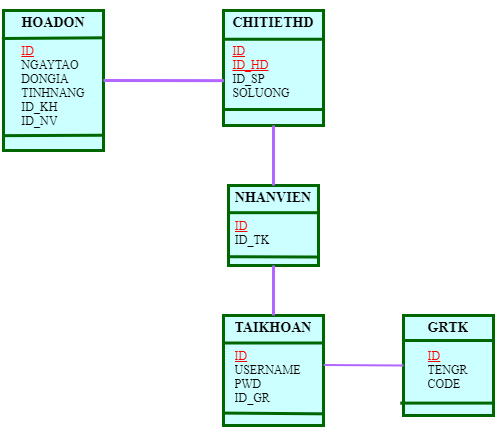
The draw.io diagram erd.drawio.png in sunny-THS/QlyBanDT, before a commit. Source tidied: cells renumbered, new cells last; positions are measured from the earlier drawing's top-left corner, leaving out a move shared by most shapes.
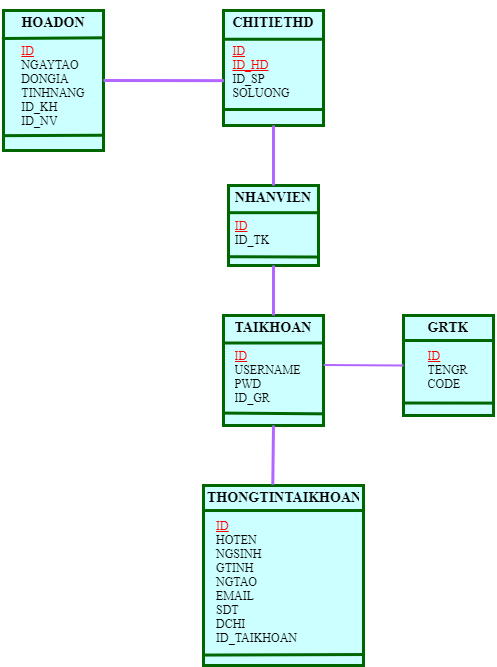
After the commit.

The edit, as a diff of the source:
```diff
@@ -8,7 +8,7 @@
     <mxCell id="3" style="endArrow=none;html=1;startSize=6;strokeWidth=3;exitX=0;exitY=0.25;exitDx=0;exitDy=0;entryX=1;entryY=0.25;entryDx=0;entryDy=0;strokeColor=#006600;" parent="1" edge="1" source="2" target="2">
       <mxGeometry relative="1" as="geometry" />
     </mxCell>
-    <mxCell id="4" style="endArrow=none;html=1;startSize=6;strokeWidth=3;exitX=-0.036;exitY=0.876;exitDx=0;exitDy=0;exitPerimeter=0;entryX=1.013;entryY=0.876;entryDx=0;entryDy=0;entryPerimeter=0;strokeColor=#006600;" parent="1" edge="1" source="2" target="2">
+    <mxCell id="4" style="endArrow=none;html=1;startSize=6;strokeWidth=3;entryX=1.013;entryY=0.876;entryDx=0;entryDy=0;entryPerimeter=0;strokeColor=#006600;exitX=-0.002;exitY=0.875;exitDx=0;exitDy=0;exitPerimeter=0;" parent="1" edge="1" source="2" target="2">
       <mxGeometry relative="1" as="geometry" />
     </mxCell>
     <mxCell id="5" value="&lt;h3&gt;&lt;font color=&quot;#000000&quot; face=&quot;Times New Roman&quot;&gt;TAIKHOAN&lt;br&gt;&lt;/font&gt;&lt;/h3&gt;&lt;div style=&quot;text-align: left&quot;&gt;&lt;u&gt;&lt;font color=&quot;#ff0000&quot; face=&quot;Times New Roman&quot;&gt;ID&lt;/font&gt;&lt;/u&gt;&lt;/div&gt;&lt;div style=&quot;text-align: left&quot;&gt;&lt;font color=&quot;#000000&quot; face=&quot;Times New Roman&quot;&gt;USERNAME&lt;/font&gt;&lt;/div&gt;&lt;div style=&quot;text-align: left&quot;&gt;&lt;font color=&quot;#000000&quot; face=&quot;Times New Roman&quot;&gt;PWD&lt;/font&gt;&lt;/div&gt;&lt;div style=&quot;text-align: left&quot;&gt;&lt;font color=&quot;#000000&quot; face=&quot;Times New Roman&quot;&gt;ID_GR&lt;/font&gt;&lt;/div&gt;" style="text;html=1;spacing=5;spacingTop=-20;whiteSpace=wrap;overflow=hidden;rounded=0;shadow=0;align=center;fillColor=#CCFFFF;strokeColor=#006600;strokeWidth=3;" parent="1" vertex="1">
@@ -59,5 +59,17 @@
     <mxCell id="20" style="endArrow=none;html=1;startSize=6;strokeColor=#B266FF;strokeWidth=3;exitX=0.5;exitY=1;exitDx=0;exitDy=0;entryX=0.5;entryY=0;entryDx=0;entryDy=0;" parent="1" edge="1" source="16" target="5">
       <mxGeometry relative="1" as="geometry" />
     </mxCell>
+    <mxCell id="21" value="&lt;h3&gt;&lt;font color=&quot;#000000&quot; face=&quot;Times New Roman&quot;&gt;THONGTINTAIKHOAN&lt;/font&gt;&lt;/h3&gt;&lt;div style=&quot;text-align: left&quot;&gt;&lt;font face=&quot;Times New Roman&quot;&gt;&lt;font color=&quot;#000000&quot;&gt;&amp;nbsp; &amp;nbsp;&lt;/font&gt;&lt;u&gt;&lt;font color=&quot;#ff0000&quot;&gt;ID&lt;/font&gt;&lt;/u&gt;&lt;/font&gt;&lt;/div&gt;&lt;div style=&quot;text-align: left&quot;&gt;&lt;font color=&quot;#000000&quot; face=&quot;Times New Roman&quot;&gt;&amp;nbsp; &amp;nbsp;HOTEN&lt;/font&gt;&lt;/div&gt;&lt;div style=&quot;text-align: left&quot;&gt;&lt;font color=&quot;#000000&quot; face=&quot;Times New Roman&quot;&gt;&amp;nbsp; &amp;nbsp;NGSINH&lt;/font&gt;&lt;/div&gt;&lt;div style=&quot;text-align: left&quot;&gt;&lt;font color=&quot;#000000&quot; face=&quot;Times New Roman&quot;&gt;&amp;nbsp; &amp;nbsp;GTINH&lt;/font&gt;&lt;/div&gt;&lt;div style=&quot;text-align: left&quot;&gt;&lt;font color=&quot;#000000&quot; face=&quot;Times New Roman&quot;&gt;&amp;nbsp; &amp;nbsp;NGTAO&lt;/font&gt;&lt;/div&gt;&lt;div style=&quot;text-align: left&quot;&gt;&lt;font color=&quot;#000000&quot; face=&quot;Times New Roman&quot;&gt;&amp;nbsp; &amp;nbsp;EMAIL&lt;/font&gt;&lt;/div&gt;&lt;div style=&quot;text-align: left&quot;&gt;&lt;font color=&quot;#000000&quot; face=&quot;Times New Roman&quot;&gt;&amp;nbsp; &amp;nbsp;SDT&lt;/font&gt;&lt;/div&gt;&lt;div style=&quot;text-align: left&quot;&gt;&lt;font color=&quot;#000000&quot; face=&quot;Times New Roman&quot;&gt;&amp;nbsp; &amp;nbsp;DCHI&lt;/font&gt;&lt;/div&gt;&lt;div style=&quot;text-align: left&quot;&gt;&lt;font color=&quot;#000000&quot; face=&quot;Times New Roman&quot;&gt;&amp;nbsp; &amp;nbsp;ID_TAIKHOAN&lt;/font&gt;&lt;/div&gt;&lt;div style=&quot;text-align: left&quot;&gt;&lt;font color=&quot;#000000&quot; face=&quot;Times New Roman&quot;&gt;&lt;br&gt;&lt;/font&gt;&lt;/div&gt;&lt;div&gt;&lt;font color=&quot;#000000&quot; face=&quot;Times New Roman&quot;&gt;&lt;br&gt;&lt;/font&gt;&lt;/div&gt;&lt;div&gt;&lt;font color=&quot;#000000&quot; face=&quot;Times New Roman&quot;&gt;&lt;br&gt;&lt;/font&gt;&lt;/div&gt;&lt;div&gt;&lt;font color=&quot;#000000&quot; face=&quot;Times New Roman&quot;&gt;&lt;br&gt;&lt;/font&gt;&lt;/div&gt;&lt;div&gt;&lt;font color=&quot;#000000&quot; face=&quot;Times New Roman&quot;&gt;&lt;br&gt;&lt;/font&gt;&lt;/div&gt;&lt;div&gt;&lt;font color=&quot;#000000&quot; face=&quot;Times New Roman&quot;&gt;&lt;br&gt;&lt;/font&gt;&lt;/div&gt;&lt;div&gt;&lt;br&gt;&lt;/div&gt;" style="text;html=1;spacing=5;spacingTop=-20;whiteSpace=wrap;overflow=hidden;rounded=0;shadow=0;align=center;fillColor=#CCFFFF;strokeColor=#006600;strokeWidth=3;" parent="1" vertex="1">
+      <mxGeometry x="200" y="475" width="160" height="180" as="geometry" />
+    </mxCell>
+    <mxCell id="22" style="endArrow=none;html=1;startSize=6;strokeWidth=3;strokeColor=#006600;entryX=0.996;entryY=0.139;entryDx=0;entryDy=0;entryPerimeter=0;exitX=0.001;exitY=0.139;exitDx=0;exitDy=0;exitPerimeter=0;" parent="1" edge="1" source="21" target="21">
+      <mxGeometry relative="1" as="geometry" />
+    </mxCell>
+    <mxCell id="23" style="endArrow=none;html=1;startSize=6;strokeWidth=3;entryX=1.001;entryY=0.939;entryDx=0;entryDy=0;entryPerimeter=0;strokeColor=#006600;exitX=0.006;exitY=0.942;exitDx=0;exitDy=0;exitPerimeter=0;" parent="1" edge="1" source="21" target="21">
+      <mxGeometry relative="1" as="geometry" />
+    </mxCell>
+    <mxCell id="24" style="endArrow=none;html=1;startSize=6;strokeWidth=3;entryX=0.5;entryY=1;entryDx=0;entryDy=0;exitX=0.433;exitY=-0.004;exitDx=0;exitDy=0;exitPerimeter=0;strokeColor=#B266FF;" parent="1" edge="1" source="21" target="5">
+      <mxGeometry relative="1" as="geometry" />
+    </mxCell>
   </root>
 </mxGraphModel>
```
